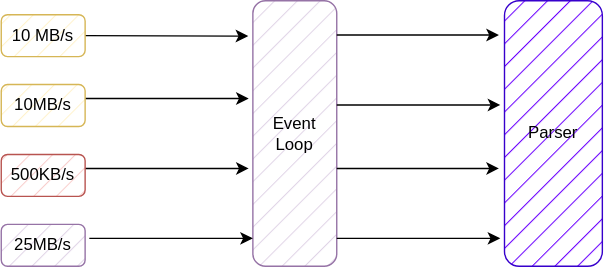
zbh255/source keeps this draw.io diagram as slow-conn.svg. Above is the earlier version. Source tidied: cells renumbered, new cells last; positions are measured from the earlier drawing's top-left corner, leaving out a move shared by most shapes.
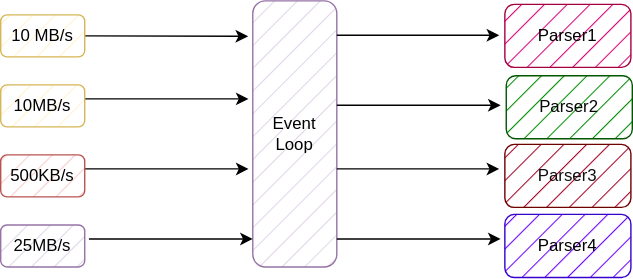
After the commit.

Change to the diagram source:
```diff
@@ -65,8 +65,17 @@
         <mxPoint x="357" y="170" as="targetPoint" />
       </mxGeometry>
     </mxCell>
-    <mxCell id="15" value="Parser" style="rounded=1;whiteSpace=wrap;html=1;fillColor=#6a00ff;strokeColor=#3700CC;fontColor=#000000;fillStyle=hatch;" parent="1" vertex="1">
-      <mxGeometry x="360" width="70" height="190" as="geometry" />
-    </mxCell>
+    <mxCell id="16" value="Parser1" style="rounded=1;whiteSpace=wrap;html=1;fillColor=#d80073;fontColor=#000000;strokeColor=#A50040;fillStyle=hatch;" parent="1" vertex="1">
+      <mxGeometry x="360" y="2.5" width="90" height="45" as="geometry" />
+    </mxCell>
+    <mxCell id="17" value="Parser2" style="rounded=1;whiteSpace=wrap;html=1;fillColor=#008a00;fontColor=#050505;strokeColor=#005700;fillStyle=hatch;" parent="1" vertex="1">
+      <mxGeometry x="361" y="53.5" width="90" height="45" as="geometry" />
+    </mxCell>
+    <mxCell id="18" value="Parser3" style="rounded=1;whiteSpace=wrap;html=1;fillColor=#a20025;fontColor=#0F0F0F;strokeColor=#6F0000;fillStyle=hatch;" parent="1" vertex="1">
+      <mxGeometry x="360" y="102.5" width="90" height="45" as="geometry" />
+    </mxCell>
+    <mxCell id="19" value="Parser4" style="rounded=1;whiteSpace=wrap;html=1;fillColor=#6a00ff;fontColor=#000000;strokeColor=#3700CC;fillStyle=hatch;" parent="1" vertex="1">
+      <mxGeometry x="360" y="152.5" width="90" height="45" as="geometry" />
+    </mxCell>
   </root>
 </mxGraphModel>
```
